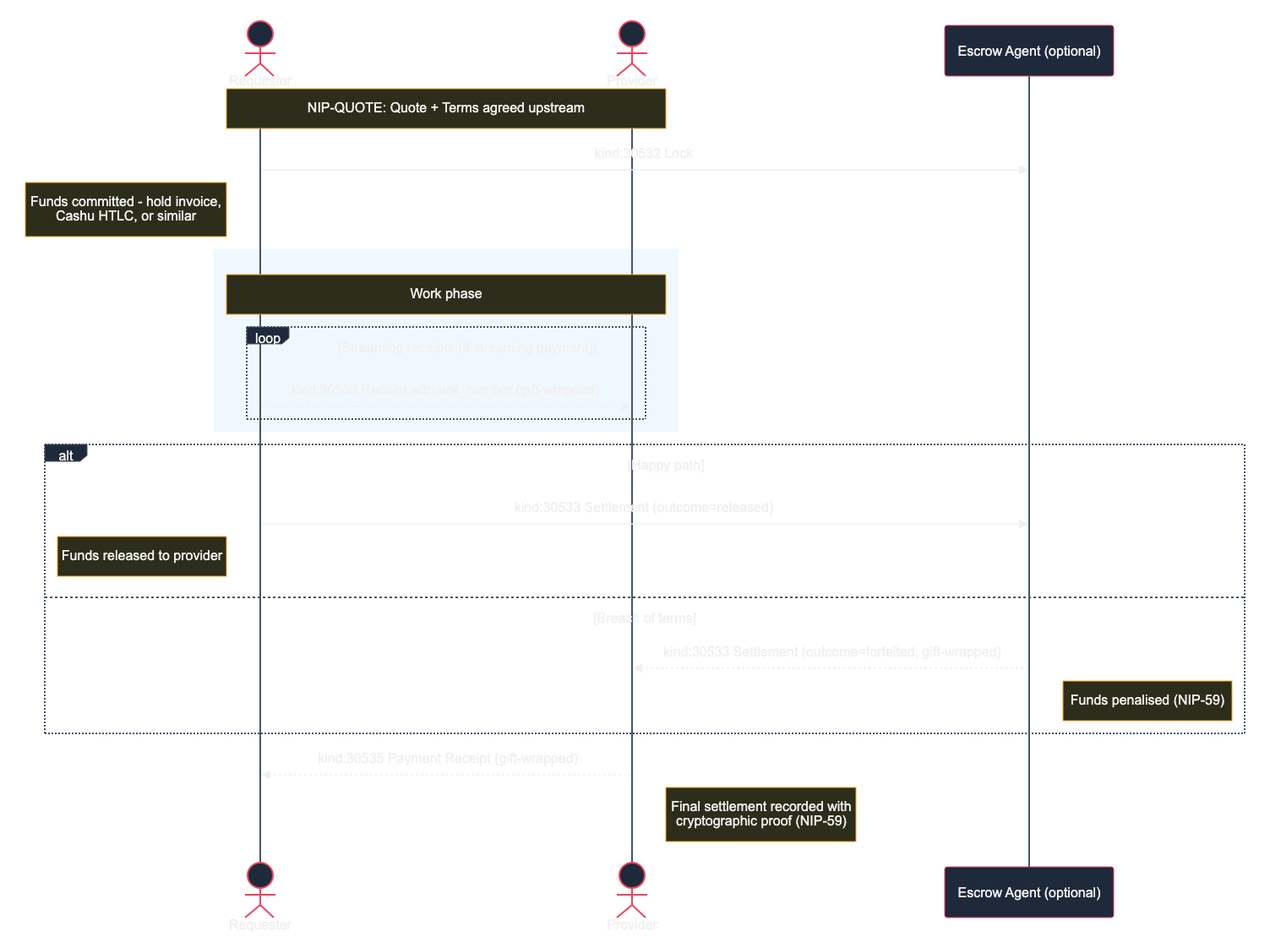
forgesworn/nip-drafts keeps this Mermaid diagram as images/escrow-2.png. Above is the earlier version. Its source is kept beside it as images/escrow-2.mmd. Its diagram source:
```mermaid
sequenceDiagram
    actor R as Requester
    actor P as Provider
    participant EA as Escrow Agent (optional)

    Note over R,P: NIP-QUOTE: Quote + Terms agreed upstream

    R->>EA: kind:30532 Lock
    Note left of R: Funds committed - hold invoice,<br/>Cashu HTLC, or similar

    rect rgb(240, 248, 255)
        Note over R,P: Work phase
        loop Streaming receipts (if streaming payment)
            R-->>P: kind:30535 Receipt with tick_number (gift-wrapped)
        end
    end

    alt Happy path
        R->>EA: kind:30533 Settlement (outcome=released)
        Note left of R: Funds released to provider
    else Breach of terms
        EA-->>P: kind:30533 Settlement (outcome=forfeited, gift-wrapped)
        Note right of EA: Funds penalised (NIP-59)
    end

    P-->>R: kind:30535 Payment Receipt (gift-wrapped)
    Note right of P: Final settlement recorded with<br/>cryptographic proof (NIP-59)
```
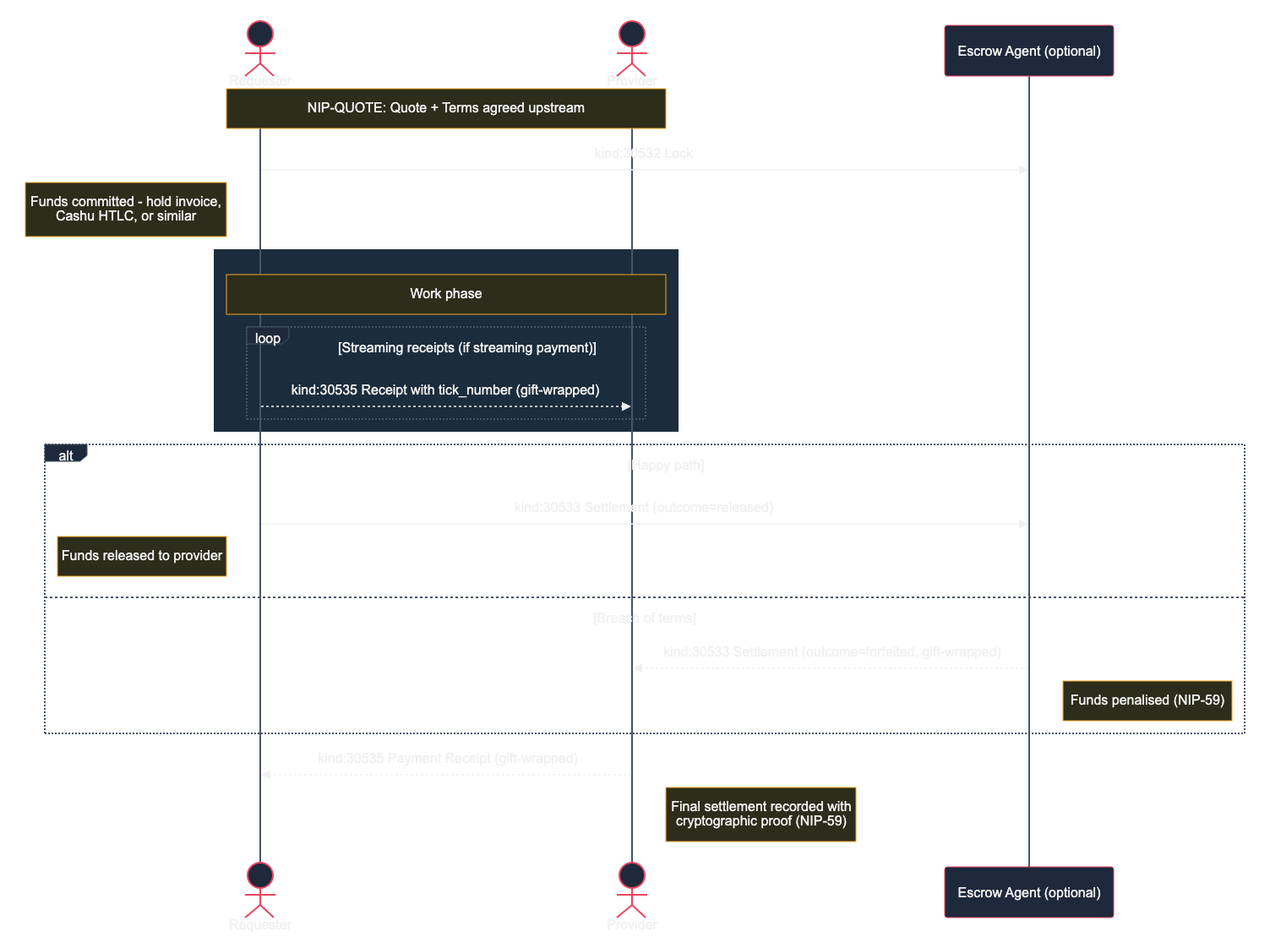
After the change.

What changed in the source:
```diff
@@ -8,7 +8,7 @@
     R->>EA: kind:30532 Lock
     Note left of R: Funds committed - hold invoice,<br/>Cashu HTLC, or similar
 
-    rect rgb(240, 248, 255)
+    rect rgb(27, 45, 61)
         Note over R,P: Work phase
         loop Streaming receipts (if streaming payment)
             R-->>P: kind:30535 Receipt with tick_number (gift-wrapped)
```
